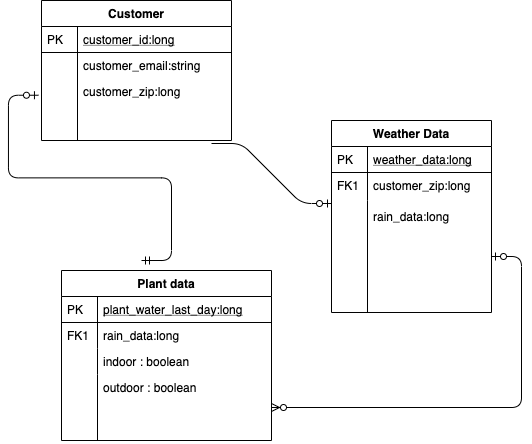
levisanchez/planta-dice keeps this draw.io diagram as docs/img/erd.png. Above is the earlier version. Source tidied: cells renumbered, new cells last; positions are measured from the earlier drawing's top-left corner, leaving out a move shared by most shapes.
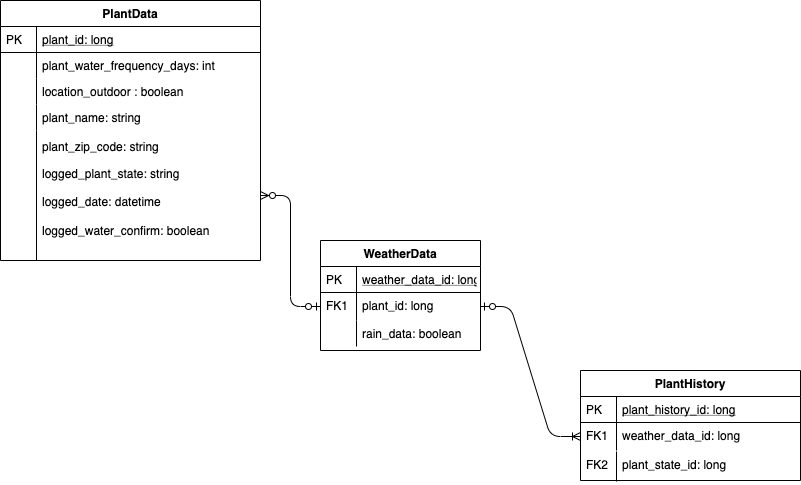
The same file after the commit.

Commit message:
Updated index description and wireframe and erd files.

Diff of the diagram source:
```diff
@@ -2,100 +2,110 @@
   <root>
     <mxCell id="0" />
     <mxCell id="1" parent="0" />
-    <mxCell id="2" style="shape=partialRectangle;top=0;left=0;right=0;bottom=0;align=left;verticalAlign=top;fillColor=none;spacingLeft=40;spacingRight=4;overflow=hidden;rounded=0;shadow=0;strokeWidth=1;" parent="1" vertex="1">
-      <mxGeometry y="80" width="160" height="26" as="geometry" />
+    <mxCell id="2" value="rain_data: boolean" style="shape=partialRectangle;top=0;left=0;right=0;bottom=0;align=left;verticalAlign=top;fillColor=none;spacingLeft=40;spacingRight=4;overflow=hidden;rounded=0;shadow=0;strokeWidth=1;" parent="1" vertex="1">
+      <mxGeometry x="320" y="290" width="160" height="26" as="geometry" />
     </mxCell>
     <mxCell id="3" style="shape=partialRectangle;top=0;left=0;bottom=0;fillColor=none;align=left;verticalAlign=top;spacingLeft=4;spacingRight=4;overflow=hidden;" parent="2" vertex="1">
       <mxGeometry width="36" height="26" as="geometry" />
     </mxCell>
-    <mxCell id="4" value="Customer" style="swimlane;fontStyle=1;horizontal=1;startSize=26;rounded=0;shadow=0;strokeWidth=1;" parent="1" vertex="1">
-      <mxGeometry width="190" height="140" as="geometry" />
+    <mxCell id="4" value="plant_zip_code: string" style="shape=partialRectangle;top=0;left=0;right=0;bottom=0;align=left;verticalAlign=top;fillColor=none;spacingLeft=40;spacingRight=4;overflow=hidden;rounded=0;shadow=0;strokeWidth=1;" parent="1" vertex="1">
+      <mxGeometry y="103" width="260" height="26" as="geometry" />
     </mxCell>
-    <mxCell id="5" value="customer_id:long" style="shape=partialRectangle;top=0;left=0;right=0;bottom=1;align=left;verticalAlign=top;fillColor=none;spacingLeft=40;spacingRight=4;overflow=hidden;rounded=0;shadow=0;strokeWidth=1;fontStyle=4;" parent="4" vertex="1">
-      <mxGeometry y="26" width="190" height="26" as="geometry" />
+    <mxCell id="5" style="shape=partialRectangle;top=0;left=0;bottom=0;fillColor=none;align=left;verticalAlign=top;spacingLeft=4;spacingRight=4;overflow=hidden;" parent="4" vertex="1">
+      <mxGeometry width="36" height="26" as="geometry" />
     </mxCell>
-    <mxCell id="6" value="PK" style="shape=partialRectangle;top=0;left=0;bottom=0;fillColor=none;align=left;verticalAlign=top;spacingLeft=4;spacingRight=4;overflow=hidden;" parent="5" vertex="1">
-      <mxGeometry width="36" height="26" as="geometry" />
+    <mxCell id="6" value="plant_state_id: long" style="shape=partialRectangle;top=0;left=0;right=0;bottom=0;align=left;verticalAlign=top;fillColor=none;spacingLeft=40;spacingRight=4;overflow=hidden;rounded=0;shadow=0;strokeWidth=1;" parent="1" vertex="1">
+      <mxGeometry x="580" y="421" width="220" height="30" as="geometry" />
     </mxCell>
-    <mxCell id="7" value="customer_email:string" style="shape=partialRectangle;top=0;left=0;right=0;bottom=0;align=left;verticalAlign=top;fillColor=none;spacingLeft=40;spacingRight=4;overflow=hidden;rounded=0;shadow=0;strokeWidth=1;" parent="4" vertex="1">
-      <mxGeometry y="52" width="190" height="28" as="geometry" />
+    <mxCell id="7" value="FK2" style="shape=partialRectangle;top=0;left=0;bottom=0;fillColor=none;align=left;verticalAlign=top;spacingLeft=4;spacingRight=4;overflow=hidden;" parent="6" vertex="1">
+      <mxGeometry width="36" height="30" as="geometry" />
     </mxCell>
-    <mxCell id="8" style="shape=partialRectangle;top=0;left=0;bottom=0;fillColor=none;align=left;verticalAlign=top;spacingLeft=4;spacingRight=4;overflow=hidden;" parent="7" vertex="1">
-      <mxGeometry width="36" height="28" as="geometry" />
+    <mxCell id="8" style="edgeStyle=entityRelationEdgeStyle;fontSize=12;html=1;endArrow=ERzeroToMany;endFill=1;startArrow=ERzeroToOne;startFill=1;" parent="1" edge="1" source="29" target="24">
+      <mxGeometry relative="1" as="geometry" />
     </mxCell>
-    <mxCell id="9" value="Plant data" style="swimlane;fontStyle=1;horizontal=1;startSize=26;rounded=0;shadow=0;strokeWidth=1;" parent="1" vertex="1">
-      <mxGeometry x="20" y="270" width="210" height="170" as="geometry" />
+    <mxCell id="9" value="logged_plant_state: string" style="shape=partialRectangle;top=0;left=0;right=0;bottom=0;align=left;verticalAlign=top;fillColor=none;spacingLeft=40;spacingRight=4;overflow=hidden;rounded=0;shadow=0;strokeWidth=1;" parent="1" vertex="1">
+      <mxGeometry y="130" width="260" height="29" as="geometry" />
     </mxCell>
-    <mxCell id="10" value="plant_water_last_day:long" style="shape=partialRectangle;top=0;left=0;right=0;bottom=1;align=left;verticalAlign=top;fillColor=none;spacingLeft=40;spacingRight=4;overflow=hidden;rounded=0;shadow=0;strokeWidth=1;fontStyle=4;" parent="9" vertex="1">
-      <mxGeometry y="26" width="210" height="26" as="geometry" />
+    <mxCell id="10" style="shape=partialRectangle;top=0;left=0;bottom=0;fillColor=none;align=left;verticalAlign=top;spacingLeft=4;spacingRight=4;overflow=hidden;" parent="9" vertex="1">
+      <mxGeometry width="36" height="29" as="geometry" />
     </mxCell>
-    <mxCell id="11" value="PK" style="shape=partialRectangle;top=0;left=0;bottom=0;fillColor=none;align=left;verticalAlign=top;spacingLeft=4;spacingRight=4;overflow=hidden;" parent="10" vertex="1">
-      <mxGeometry width="36" height="26" as="geometry" />
+    <mxCell id="11" value="logged_date: datetime" style="shape=partialRectangle;top=0;left=0;right=0;bottom=0;align=left;verticalAlign=top;fillColor=none;spacingLeft=40;spacingRight=4;overflow=hidden;rounded=0;shadow=0;strokeWidth=1;" parent="1" vertex="1">
+      <mxGeometry y="158" width="260" height="29" as="geometry" />
     </mxCell>
-    <mxCell id="12" value="rain_data:long" style="shape=partialRectangle;top=0;left=0;right=0;bottom=0;align=left;verticalAlign=top;fillColor=none;spacingLeft=40;spacingRight=4;overflow=hidden;rounded=0;shadow=0;strokeWidth=1;" parent="9" vertex="1">
-      <mxGeometry y="52" width="210" height="26" as="geometry" />
+    <mxCell id="12" style="shape=partialRectangle;top=0;left=0;bottom=0;fillColor=none;align=left;verticalAlign=top;spacingLeft=4;spacingRight=4;overflow=hidden;" parent="11" vertex="1">
+      <mxGeometry width="36" height="29" as="geometry" />
     </mxCell>
-    <mxCell id="13" value="FK1" style="shape=partialRectangle;top=0;left=0;bottom=0;fillColor=none;align=left;verticalAlign=top;spacingLeft=4;spacingRight=4;overflow=hidden;" parent="12" vertex="1">
-      <mxGeometry width="36" height="26" as="geometry" />
+    <mxCell id="13" value="logged_water_confirm: boolean&#10;" style="shape=partialRectangle;top=0;left=0;right=0;bottom=0;align=left;verticalAlign=top;fillColor=none;spacingLeft=40;spacingRight=4;overflow=hidden;rounded=0;shadow=0;strokeWidth=1;" parent="1" vertex="1">
+      <mxGeometry y="187" width="260" height="29" as="geometry" />
     </mxCell>
-    <mxCell id="14" value="indoor : boolean" style="shape=partialRectangle;top=0;left=0;right=0;bottom=0;align=left;verticalAlign=top;fillColor=none;spacingLeft=40;spacingRight=4;overflow=hidden;rounded=0;shadow=0;strokeWidth=1;" parent="9" vertex="1">
-      <mxGeometry y="78" width="210" height="26" as="geometry" />
+    <mxCell id="14" style="shape=partialRectangle;top=0;left=0;bottom=0;fillColor=none;align=left;verticalAlign=top;spacingLeft=4;spacingRight=4;overflow=hidden;" parent="13" vertex="1">
+      <mxGeometry width="36" height="29" as="geometry" />
     </mxCell>
-    <mxCell id="15" style="shape=partialRectangle;top=0;left=0;bottom=0;fillColor=none;align=left;verticalAlign=top;spacingLeft=4;spacingRight=4;overflow=hidden;" parent="14" vertex="1">
-      <mxGeometry width="36" height="26" as="geometry" />
+    <mxCell id="15" value="PlantData" style="swimlane;fontStyle=1;horizontal=1;startSize=26;rounded=0;shadow=0;strokeWidth=1;" parent="1" vertex="1">
+      <mxGeometry y="-30" width="260" height="260" as="geometry" />
     </mxCell>
-    <mxCell id="16" value="outdoor : boolean" style="shape=partialRectangle;top=0;left=0;right=0;bottom=0;align=left;verticalAlign=top;fillColor=none;spacingLeft=40;spacingRight=4;overflow=hidden;points=[[0,0.5],[1,0.5]];portConstraint=eastwest;rounded=0;shadow=0;strokeWidth=1;" parent="9" vertex="1">
-      <mxGeometry y="104" width="210" height="66" as="geometry" />
+    <mxCell id="16" value="plant_id: long" style="shape=partialRectangle;top=0;left=0;right=0;bottom=1;align=left;verticalAlign=top;fillColor=none;spacingLeft=40;spacingRight=4;overflow=hidden;points=[[0,0.5],[1,0.5]];portConstraint=eastwest;rounded=0;shadow=0;strokeWidth=1;fontStyle=4;" parent="15" vertex="1">
+      <mxGeometry y="26" width="260" height="26" as="geometry" />
     </mxCell>
-    <mxCell id="17" style="shape=partialRectangle;top=0;left=0;bottom=0;fillColor=none;align=left;verticalAlign=top;spacingLeft=4;spacingRight=4;overflow=hidden;" parent="16" vertex="1">
-      <mxGeometry width="36" height="66" as="geometry" />
+    <mxCell id="17" value="PK" style="shape=partialRectangle;top=0;left=0;bottom=0;fillColor=none;align=left;verticalAlign=top;spacingLeft=4;spacingRight=4;overflow=hidden;" parent="16" vertex="1">
+      <mxGeometry width="36" height="26" as="geometry" />
     </mxCell>
-    <mxCell id="18" value="Weather Data" style="swimlane;fontStyle=1;horizontal=1;startSize=26;rounded=0;shadow=0;strokeWidth=1;" parent="1" vertex="1">
-      <mxGeometry x="290" y="120" width="160" height="192" as="geometry" />
+    <mxCell id="18" value="plant_water_frequency_days: int" style="shape=partialRectangle;top=0;left=0;right=0;bottom=0;align=left;verticalAlign=top;fillColor=none;spacingLeft=40;spacingRight=4;overflow=hidden;rounded=0;shadow=0;strokeWidth=1;" parent="15" vertex="1">
+      <mxGeometry y="52" width="260" height="26" as="geometry" />
     </mxCell>
-    <mxCell id="19" value="weather_data:long" style="shape=partialRectangle;top=0;left=0;right=0;bottom=1;align=left;verticalAlign=top;fillColor=none;spacingLeft=40;spacingRight=4;overflow=hidden;rounded=0;shadow=0;strokeWidth=1;fontStyle=4;" parent="18" vertex="1">
-      <mxGeometry y="26" width="160" height="26" as="geometry" />
+    <mxCell id="19" style="shape=partialRectangle;top=0;left=0;bottom=0;fillColor=none;align=left;verticalAlign=top;spacingLeft=4;spacingRight=4;overflow=hidden;" parent="18" vertex="1">
+      <mxGeometry width="36" height="26" as="geometry" />
     </mxCell>
-    <mxCell id="20" value="PK" style="shape=partialRectangle;top=0;left=0;bottom=0;fillColor=none;align=left;verticalAlign=top;spacingLeft=4;spacingRight=4;overflow=hidden;" parent="19" vertex="1">
-      <mxGeometry width="36" height="26" as="geometry" />
+    <mxCell id="20" value="location_outdoor : boolean" style="shape=partialRectangle;top=0;left=0;right=0;bottom=0;align=left;verticalAlign=top;fillColor=none;spacingLeft=40;spacingRight=4;overflow=hidden;rounded=0;shadow=0;strokeWidth=1;" parent="15" vertex="1">
+      <mxGeometry y="78" width="260" height="26" as="geometry" />
     </mxCell>
-    <mxCell id="21" value="customer_zip:long" style="shape=partialRectangle;top=0;left=0;right=0;bottom=0;align=left;verticalAlign=top;fillColor=none;spacingLeft=40;spacingRight=4;overflow=hidden;rounded=0;shadow=0;strokeWidth=1;" parent="18" vertex="1">
-      <mxGeometry y="52" width="160" height="28" as="geometry" />
+    <mxCell id="21" style="shape=partialRectangle;top=0;left=0;bottom=0;fillColor=none;align=left;verticalAlign=top;spacingLeft=4;spacingRight=4;overflow=hidden;" parent="20" vertex="1">
+      <mxGeometry width="36" height="26" as="geometry" />
     </mxCell>
-    <mxCell id="22" value="FK1" style="shape=partialRectangle;top=0;left=0;bottom=0;fillColor=none;align=left;verticalAlign=top;spacingLeft=4;spacingRight=4;overflow=hidden;" parent="21" vertex="1">
-      <mxGeometry width="36" height="28" as="geometry" />
+    <mxCell id="22" value="plant_name: string" style="shape=partialRectangle;top=0;left=0;right=0;bottom=0;align=left;verticalAlign=top;fillColor=none;spacingLeft=40;spacingRight=4;overflow=hidden;rounded=0;shadow=0;strokeWidth=1;" parent="15" vertex="1">
+      <mxGeometry y="104" width="260" height="26" as="geometry" />
     </mxCell>
-    <mxCell id="23" style="shape=partialRectangle;top=0;left=0;right=0;bottom=0;align=left;verticalAlign=top;fillColor=none;spacingLeft=40;spacingRight=4;overflow=hidden;points=[[0,0.5],[1,0.5]];portConstraint=eastwest;rounded=0;shadow=0;strokeWidth=1;" parent="18" vertex="1">
-      <mxGeometry y="80" width="160" height="112" as="geometry" />
+    <mxCell id="23" style="shape=partialRectangle;top=0;left=0;bottom=0;fillColor=none;align=left;verticalAlign=top;spacingLeft=4;spacingRight=4;overflow=hidden;points=[];portConstraint=eastwest;" parent="22" vertex="1">
+      <mxGeometry width="36" height="26" as="geometry" />
     </mxCell>
-    <mxCell id="24" style="shape=partialRectangle;top=0;left=0;bottom=0;fillColor=none;align=left;verticalAlign=top;spacingLeft=4;spacingRight=4;overflow=hidden;points=[];portConstraint=eastwest;" parent="23" vertex="1">
-      <mxGeometry width="36" height="112" as="geometry" />
+    <mxCell id="24" style="shape=partialRectangle;top=0;left=0;right=0;bottom=0;align=left;verticalAlign=top;fillColor=none;spacingLeft=40;spacingRight=4;overflow=hidden;points=[[0,0.5],[1,0.5]];portConstraint=eastwest;rounded=0;shadow=0;strokeWidth=1;" parent="15" vertex="1">
+      <mxGeometry y="130" width="260" height="130" as="geometry" />
     </mxCell>
-    <mxCell id="25" value="customer_zip:long" style="shape=partialRectangle;top=0;left=0;right=0;bottom=0;align=left;verticalAlign=top;fillColor=none;spacingLeft=40;spacingRight=4;overflow=hidden;points=[[0,0.5],[1,0.5]];portConstraint=eastwest;rounded=0;shadow=0;strokeWidth=1;" parent="1" vertex="1">
-      <mxGeometry y="78" width="160" height="62" as="geometry" />
+    <mxCell id="25" style="shape=partialRectangle;top=0;left=0;bottom=0;fillColor=none;align=left;verticalAlign=top;spacingLeft=4;spacingRight=4;overflow=hidden;points=[];portConstraint=eastwest;" parent="24" vertex="1">
+      <mxGeometry width="36" height="130" as="geometry" />
     </mxCell>
-    <mxCell id="26" style="shape=partialRectangle;top=0;left=0;bottom=0;fillColor=none;align=left;verticalAlign=top;spacingLeft=4;spacingRight=4;overflow=hidden;" parent="25" vertex="1">
-      <mxGeometry width="36" height="62" as="geometry" />
+    <mxCell id="26" value="WeatherData" style="swimlane;fontStyle=1;horizontal=1;startSize=26;rounded=0;shadow=0;strokeWidth=1;" parent="1" vertex="1">
+      <mxGeometry x="320" y="210" width="160" height="110" as="geometry" />
     </mxCell>
-    <mxCell id="27" value="rain_data:long" style="shape=partialRectangle;top=0;left=0;right=0;bottom=0;align=left;verticalAlign=top;fillColor=none;spacingLeft=40;spacingRight=4;overflow=hidden;rounded=0;shadow=0;strokeWidth=1;" parent="1" vertex="1">
-      <mxGeometry x="290" y="203" width="160" height="26" as="geometry" />
+    <mxCell id="27" value="weather_data_id: long" style="shape=partialRectangle;top=0;left=0;right=0;bottom=1;align=left;verticalAlign=top;fillColor=none;spacingLeft=40;spacingRight=4;overflow=hidden;rounded=0;shadow=0;strokeWidth=1;fontStyle=4;" parent="26" vertex="1">
+      <mxGeometry y="26" width="160" height="26" as="geometry" />
     </mxCell>
-    <mxCell id="28" style="shape=partialRectangle;top=0;left=0;bottom=0;fillColor=none;align=left;verticalAlign=top;spacingLeft=4;spacingRight=4;overflow=hidden;" parent="27" vertex="1">
+    <mxCell id="28" value="PK" style="shape=partialRectangle;top=0;left=0;bottom=0;fillColor=none;align=left;verticalAlign=top;spacingLeft=4;spacingRight=4;overflow=hidden;" parent="27" vertex="1">
       <mxGeometry width="36" height="26" as="geometry" />
     </mxCell>
-    <mxCell id="29" style="edgeStyle=entityRelationEdgeStyle;fontSize=12;html=1;endArrow=ERzeroToMany;startArrow=ERzeroToOne;exitX=1;exitY=0.5;exitDx=0;exitDy=0;" parent="1" edge="1" source="23" target="16">
-      <mxGeometry relative="1" as="geometry" />
+    <mxCell id="29" value="plant_id: long" style="shape=partialRectangle;top=0;left=0;right=0;bottom=0;align=left;verticalAlign=top;fillColor=none;spacingLeft=40;spacingRight=4;overflow=hidden;points=[[0,0.5],[1,0.5]];portConstraint=eastwest;rounded=0;shadow=0;strokeWidth=1;" parent="26" vertex="1">
+      <mxGeometry y="52" width="160" height="28" as="geometry" />
     </mxCell>
-    <mxCell id="30" style="edgeStyle=entityRelationEdgeStyle;fontSize=12;html=1;endArrow=ERzeroToOne;endFill=1;" parent="1" edge="1">
-      <mxGeometry relative="1" as="geometry">
-        <mxPoint x="170" y="143" as="sourcePoint" />
-        <mxPoint x="290" y="203" as="targetPoint" />
-      </mxGeometry>
+    <mxCell id="30" value="FK1" style="shape=partialRectangle;top=0;left=0;bottom=0;fillColor=none;align=left;verticalAlign=top;spacingLeft=4;spacingRight=4;overflow=hidden;" parent="29" vertex="1">
+      <mxGeometry width="36" height="28" as="geometry" />
     </mxCell>
-    <mxCell id="31" style="edgeStyle=entityRelationEdgeStyle;fontSize=12;html=1;endArrow=ERzeroToOne;startArrow=ERmandOne;entryX=-0.019;entryY=0.27;entryDx=0;entryDy=0;entryPerimeter=0;" parent="1" edge="1" target="25">
-      <mxGeometry relative="1" as="geometry">
-        <mxPoint x="100" y="260" as="sourcePoint" />
-      </mxGeometry>
+    <mxCell id="31" style="edgeStyle=entityRelationEdgeStyle;fontSize=12;html=1;endArrow=ERoneToMany;startArrow=ERzeroToOne;exitX=1;exitY=0.5;exitDx=0;exitDy=0;entryX=0;entryY=0.5;entryDx=0;entryDy=0;" parent="1" edge="1" source="29" target="35">
+      <mxGeometry relative="1" as="geometry" />
     </mxCell>
+    <mxCell id="32" value="PlantHistory" style="swimlane;fontStyle=1;horizontal=1;startSize=26;rounded=0;shadow=0;strokeWidth=1;" parent="1" vertex="1">
+      <mxGeometry x="580" y="340" width="220" height="110" as="geometry" />
+    </mxCell>
+    <mxCell id="33" value="plant_history_id: long" style="shape=partialRectangle;top=0;left=0;right=0;bottom=1;align=left;verticalAlign=top;fillColor=none;spacingLeft=40;spacingRight=4;overflow=hidden;rounded=0;shadow=0;strokeWidth=1;fontStyle=4;" parent="32" vertex="1">
+      <mxGeometry y="26" width="220" height="26" as="geometry" />
+    </mxCell>
+    <mxCell id="34" value="PK" style="shape=partialRectangle;top=0;left=0;bottom=0;fillColor=none;align=left;verticalAlign=top;spacingLeft=4;spacingRight=4;overflow=hidden;" parent="33" vertex="1">
+      <mxGeometry width="36" height="26" as="geometry" />
+    </mxCell>
+    <mxCell id="35" value="weather_data_id: long" style="shape=partialRectangle;top=0;left=0;right=0;bottom=0;align=left;verticalAlign=top;fillColor=none;spacingLeft=40;spacingRight=4;overflow=hidden;points=[[0,0.5],[1,0.5]];portConstraint=eastwest;rounded=0;shadow=0;strokeWidth=1;" parent="32" vertex="1">
+      <mxGeometry y="52" width="220" height="28" as="geometry" />
+    </mxCell>
+    <mxCell id="36" value="FK1" style="shape=partialRectangle;top=0;left=0;bottom=0;fillColor=none;align=left;verticalAlign=top;spacingLeft=4;spacingRight=4;overflow=hidden;" parent="35" vertex="1">
+      <mxGeometry width="36" height="28" as="geometry" />
+    </mxCell>
   </root>
 </mxGraphModel>
```
